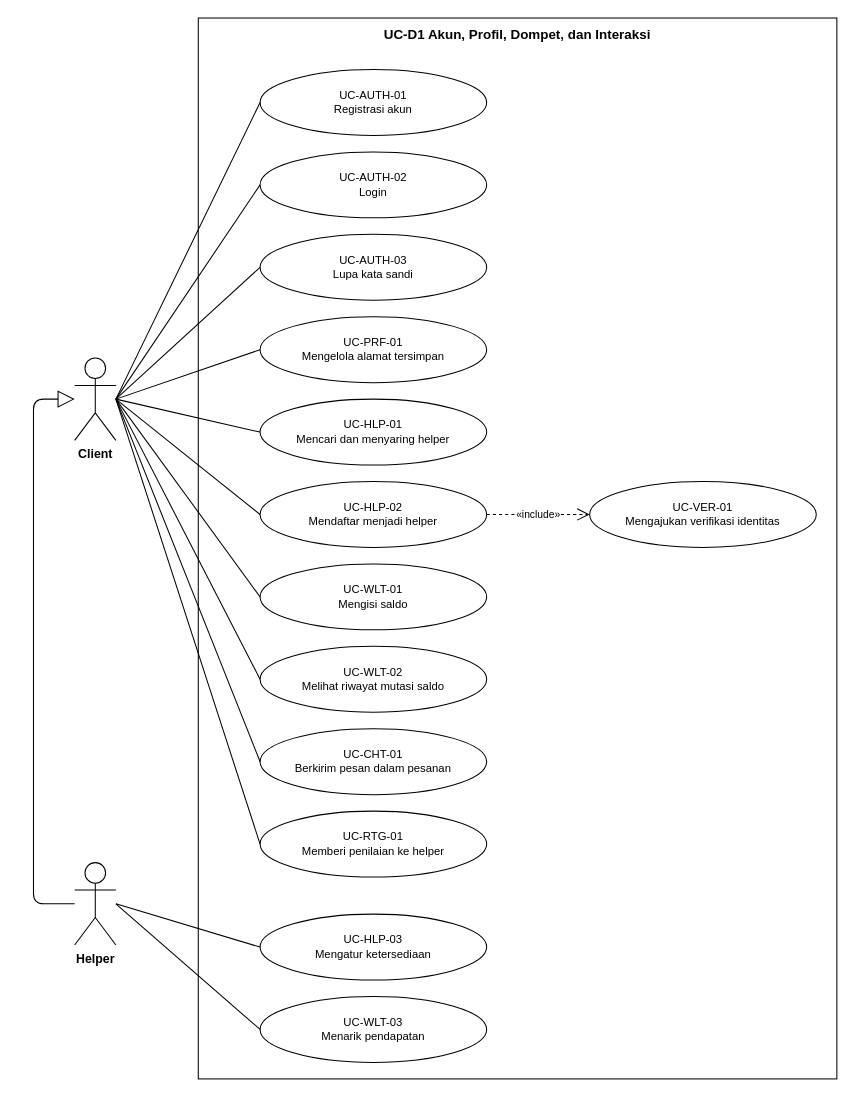
Above: page "UC-D1" (1 of 10) of assets/13/13_use-case-dan-activity-diagram.drawio in Davi-ARD/tolongindong-docs (draw.io), before the change. Source tidied: cells renumbered, new cells numbered last; positions are measured from the earlier drawing's top-left corner, leaving out a move shared by most shapes. Both pictures are drawn from the tidied source at 103%, with x=0, y=0 at pixel (33, 18).
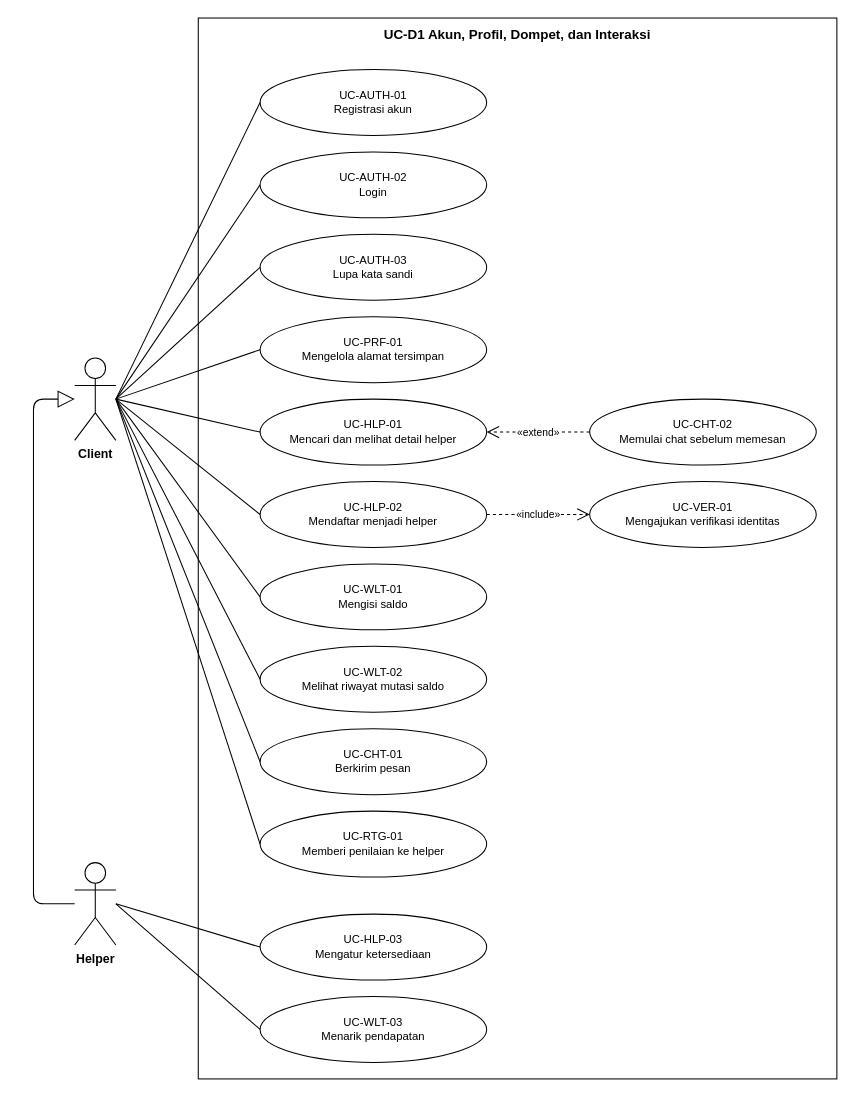
The same diagram, later.

What changed in the source:
```diff
@@
-    <mxCell id="9" value="UC-HLP-01&lt;br&gt;Mencari dan menyaring helper" style="ellipse;whiteSpace=wrap;html=1;fontSize=11;fillColor=#ffffff;strokeColor=#000000;" parent="1" vertex="1">
+    <mxCell id="9" value="UC-HLP-01&lt;br&gt;Mencari dan melihat detail helper" style="ellipse;whiteSpace=wrap;html=1;fontSize=11;fillColor=#ffffff;strokeColor=#000000;" parent="1" vertex="1">
       <mxGeometry x="220" y="370" width="220" height="64" as="geometry" />
     </mxCell>
@@
-    <mxCell id="13" value="UC-CHT-01&lt;br&gt;Berkirim pesan dalam pesanan" style="ellipse;whiteSpace=wrap;html=1;fontSize=11;fillColor=#ffffff;strokeColor=#000000;" parent="1" vertex="1">
+    <mxCell id="13" value="UC-CHT-01&lt;br&gt;Berkirim pesan" style="ellipse;whiteSpace=wrap;html=1;fontSize=11;fillColor=#ffffff;strokeColor=#000000;" parent="1" vertex="1">
       <mxGeometry x="220" y="690" width="220" height="64" as="geometry" />
     </mxCell>
@@
+    <mxCell id="32" value="UC-CHT-02&lt;br&gt;Memulai chat sebelum memesan" style="ellipse;whiteSpace=wrap;html=1;fontSize=11;fillColor=#ffffff;strokeColor=#000000;" parent="1" vertex="1">
+      <mxGeometry x="540" y="370" width="220" height="64" as="geometry" />
+    </mxCell>
+    <mxCell id="33" value="«extend»" style="endArrow=open;endSize=10;dashed=1;html=1;strokeColor=#000000;fontSize=10;exitX=0;exitY=0.5;exitDx=0;exitDy=0;entryX=1;entryY=0.5;entryDx=0;entryDy=0;" parent="1" edge="1" source="32" target="9">
+      <mxGeometry relative="1" as="geometry" />
+    </mxCell>
```
